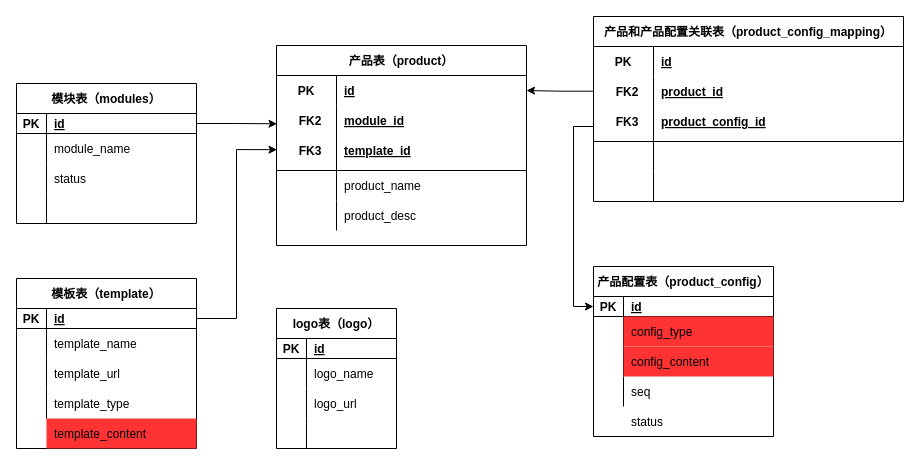
Above: page "Page-2" (2 of 3) of 信也云.drawio in yiwankb/spring-boot-demo (draw.io), before the change. Source tidied: cells renumbered, new cells numbered last; positions are measured from the earlier drawing's top-left corner, leaving out a move shared by most shapes. Both pictures are drawn from the tidied source at 100%, with x=0, y=0 at pixel (16, 16).
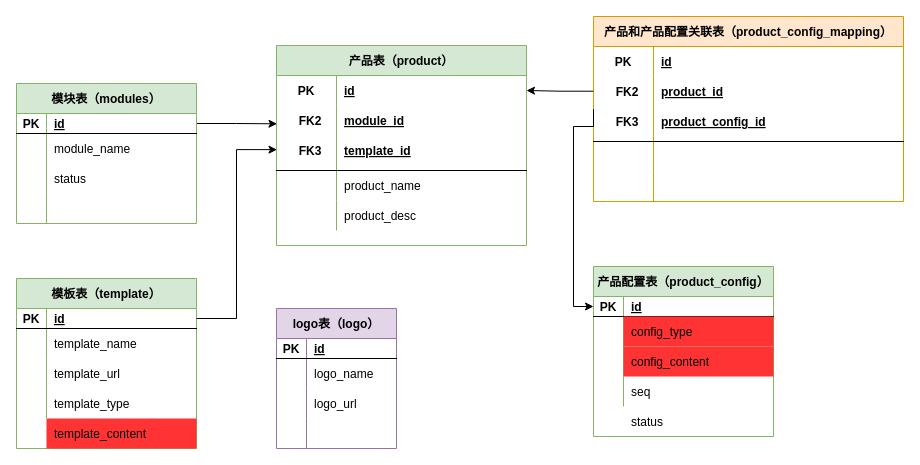
The same page after the edit.

What changed in the source:
```diff
@@
-    <mxCell id="2" value="产品表（product）" style="shape=table;startSize=30;childLayout=tableLayout;rowLines=0;fontStyle=1;align=center;" parent="1" vertex="1">
+    <mxCell id="2" value="产品表（product）" style="shape=table;startSize=30;childLayout=tableLayout;rowLines=0;fontStyle=1;align=center;fillColor=#d5e8d4;strokeColor=#82b366;" parent="1" vertex="1">
       <mxGeometry x="260" y="29" width="250" height="200" as="geometry" />
     </mxCell>
@@
-    <mxCell id="16" value="模块表（modules）" style="shape=table;startSize=30;childLayout=tableLayout;rowLines=0;fontStyle=1;align=center;" parent="1" vertex="1">
+    <mxCell id="16" value="模块表（modules）" style="shape=table;startSize=30;childLayout=tableLayout;rowLines=0;fontStyle=1;align=center;fillColor=#d5e8d4;strokeColor=#82b366;" parent="1" vertex="1">
       <mxGeometry y="67" width="180" height="140" as="geometry" />
     </mxCell>
@@
-    <mxCell id="29" value="模板表（template）" style="shape=table;startSize=30;childLayout=tableLayout;rowLines=0;fontStyle=1;align=center;" parent="1" vertex="1">
+    <mxCell id="29" value="模板表（template）" style="shape=table;startSize=30;childLayout=tableLayout;rowLines=0;fontStyle=1;align=center;fillColor=#d5e8d4;strokeColor=#82b366;" parent="1" vertex="1">
       <mxGeometry y="262" width="180" height="170" as="geometry" />
     </mxCell>
@@
-    <mxCell id="51" value="产品配置表（product_config）" style="shape=table;startSize=30;childLayout=tableLayout;rowLines=0;fontStyle=1;align=center;" parent="1" vertex="1">
+    <mxCell id="51" value="产品配置表（product_config）" style="shape=table;startSize=30;childLayout=tableLayout;rowLines=0;fontStyle=1;align=center;fillColor=#d5e8d4;strokeColor=#82b366;" parent="1" vertex="1">
       <mxGeometry x="577" y="250" width="180" height="170" as="geometry" />
     </mxCell>
@@
-    <mxCell id="68" value="logo表（logo）" style="shape=table;startSize=30;childLayout=tableLayout;rowLines=0;fontStyle=1;align=center;" parent="1" vertex="1">
+    <mxCell id="68" value="logo表（logo）" style="shape=table;startSize=30;childLayout=tableLayout;rowLines=0;fontStyle=1;align=center;fillColor=#e1d5e7;strokeColor=#9673a6;" parent="1" vertex="1">
       <mxGeometry x="260" y="292" width="120" height="140" as="geometry" />
     </mxCell>
@@
-    <mxCell id="81" value="产品和产品配置关联表（product_config_mapping）" style="shape=table;startSize=30;childLayout=tableLayout;rowLines=0;fontStyle=1;align=center;" parent="1" vertex="1">
+    <mxCell id="81" value="产品和产品配置关联表（product_config_mapping）" style="shape=table;startSize=30;childLayout=tableLayout;rowLines=0;fontStyle=1;align=center;fillColor=#ffe6cc;strokeColor=#d79b00;" parent="1" vertex="1">
       <mxGeometry x="577" width="310" height="185" as="geometry" />
     </mxCell>
```
